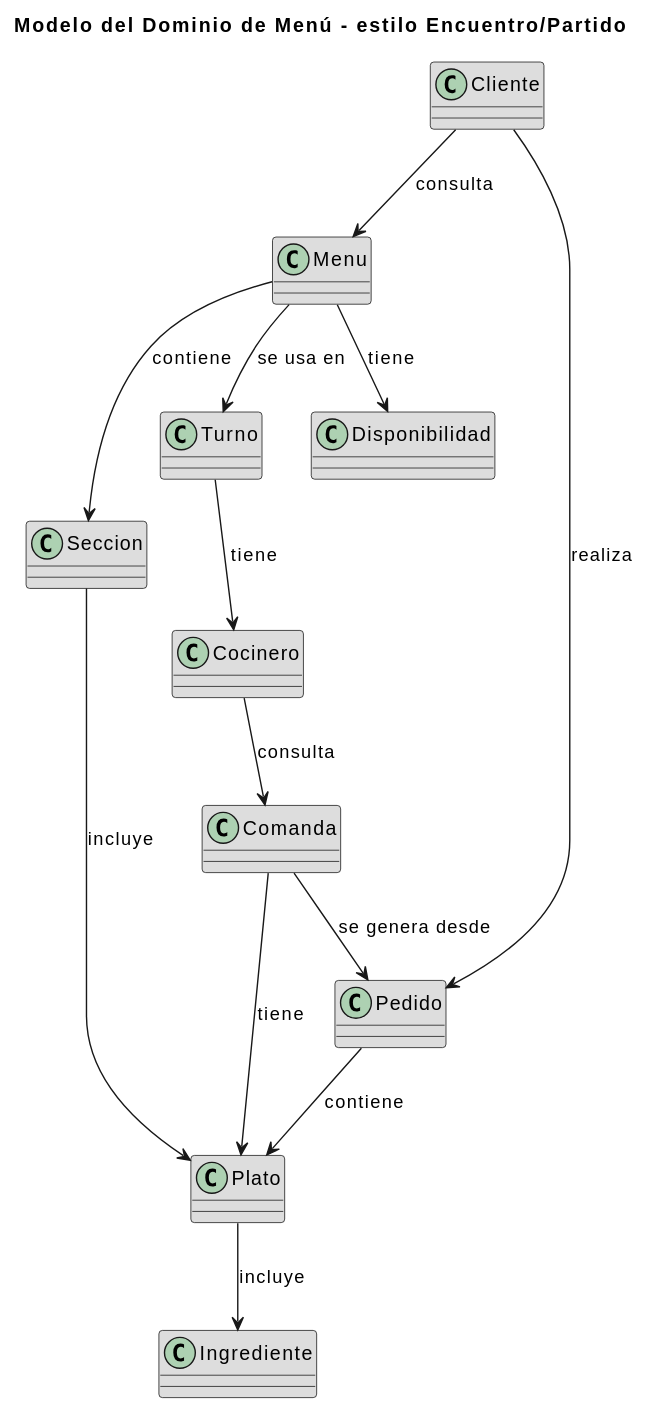
Before: entregas/GutierrezMarcos/Reto-001/uml/menu.svg, a diagram exported from PlantUML (mmasias/25-26-IDSW1).
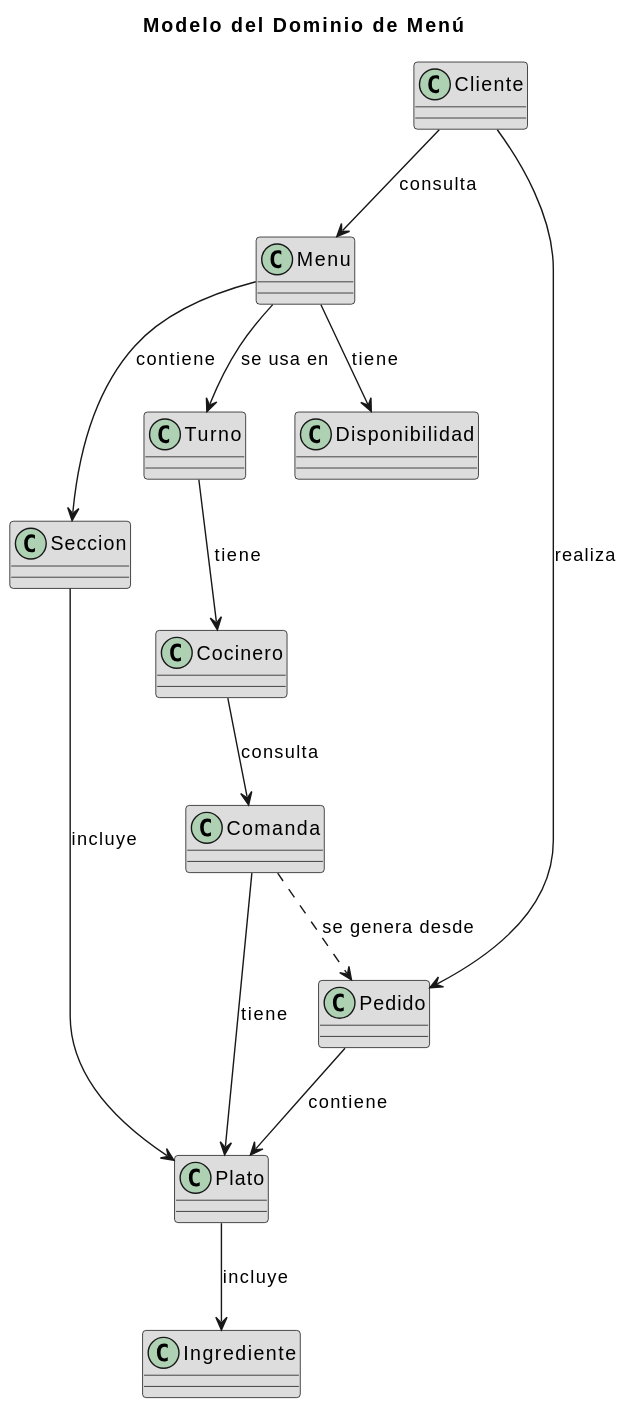
After the change.

Change to the diagram source:
```diff
@@ -1,5 +1,5 @@
 @startuml
-title Modelo del Dominio de Menú - estilo Encuentro/Partido
+title Modelo del Dominio de Menú
 
 skinparam class {
   BackgroundColor #DDDDDD
@@ -30,7 +30,7 @@
 
 Cocinero --> Comanda : consulta
 Comanda --> Plato : tiene
-Comanda --> Pedido : se genera desde
+Comanda ..> Pedido : se genera desde
 
 Turno --> Cocinero : tiene
 @enduml
```
